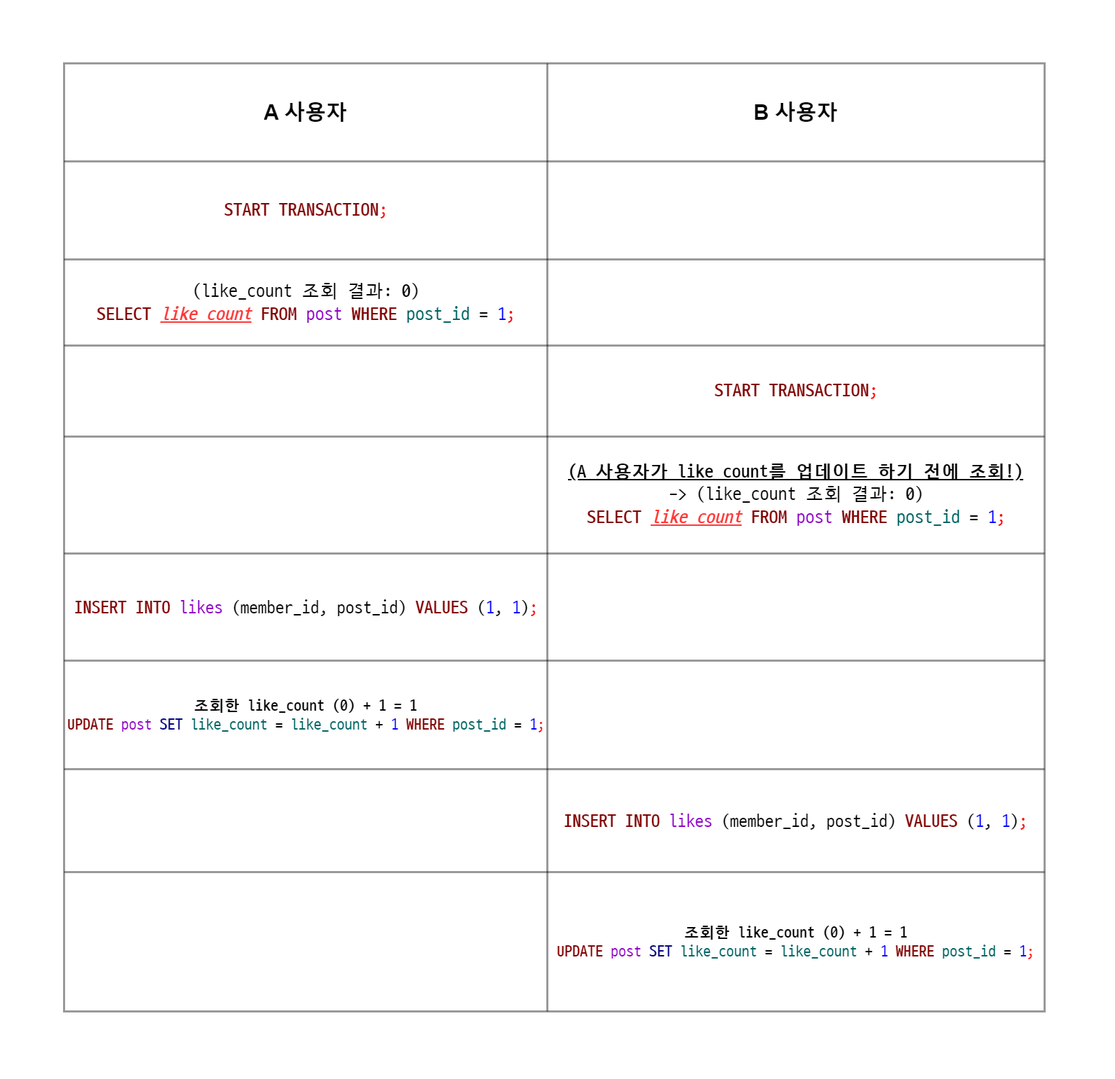
Before: transaction.png, a diagram exported from draw.io (peeerr/document). Source tidied: cells renumbered, new cells last; positions are measured from the earlier drawing's top-left corner, leaving out a move shared by most shapes.
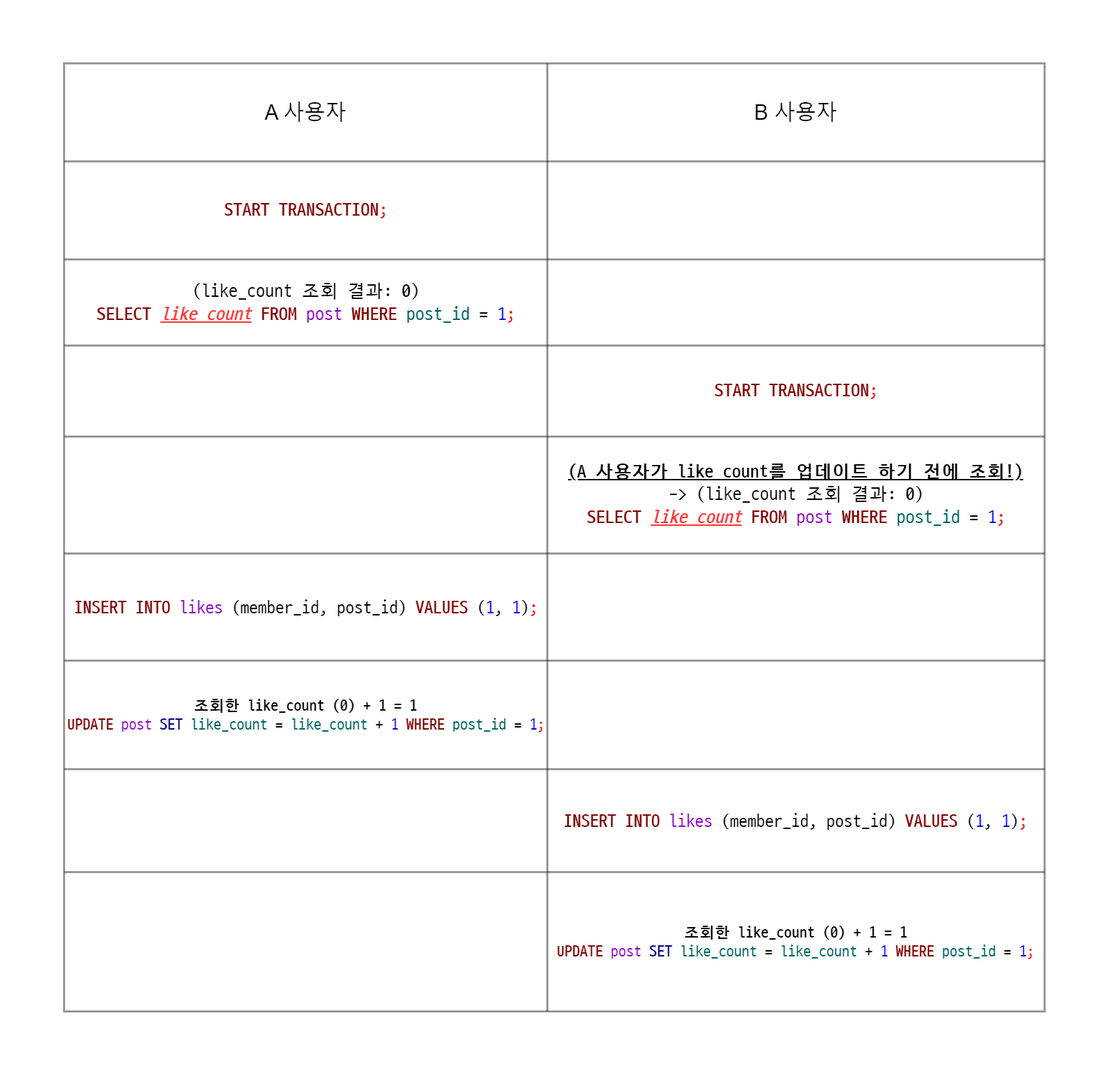
The same diagram one commit later.

What changed in the source:
```diff
@@ -8,10 +8,10 @@
     <mxCell id="3" style="shape=tableRow;horizontal=0;startSize=0;swimlaneHead=0;swimlaneBody=0;strokeColor=inherit;top=0;left=0;bottom=0;right=0;fillColor=none;" parent="2" vertex="1">
       <mxGeometry width="1400" height="140" as="geometry" />
     </mxCell>
-    <mxCell id="4" value="&lt;h1&gt;&lt;font face=&quot;Helvetica&quot; size=&quot;1&quot; style=&quot;&quot;&gt;&lt;b style=&quot;font-size: 30px;&quot;&gt;A 사용자&lt;/b&gt;&lt;/font&gt;&lt;/h1&gt;" style="shape=partialRectangle;html=1;whiteSpace=wrap;strokeColor=default;overflow=hidden;fillColor=none;top=0;left=0;bottom=0;right=0;gradientColor=none;strokeWidth=2;" parent="3" vertex="1">
+    <mxCell id="4" value="&lt;h1&gt;&lt;font face=&quot;Helvetica&quot; size=&quot;1&quot; style=&quot;&quot;&gt;&lt;span style=&quot;font-size: 30px; font-weight: normal;&quot;&gt;A 사용자&lt;/span&gt;&lt;/font&gt;&lt;/h1&gt;" style="shape=partialRectangle;html=1;whiteSpace=wrap;strokeColor=default;overflow=hidden;fillColor=none;top=0;left=0;bottom=0;right=0;gradientColor=none;strokeWidth=2;" parent="3" vertex="1">
       <mxGeometry width="690" height="140" as="geometry" />
     </mxCell>
-    <mxCell id="5" value="&lt;font face=&quot;Helvetica&quot; size=&quot;1&quot; style=&quot;&quot;&gt;&lt;b style=&quot;font-size: 30px;&quot;&gt;B 사용자&lt;/b&gt;&lt;/font&gt;" style="shape=partialRectangle;html=1;whiteSpace=wrap;strokeColor=default;overflow=hidden;fillColor=none;top=0;left=0;bottom=0;right=0;gradientColor=none;strokeWidth=2;" parent="3" vertex="1">
+    <mxCell id="5" value="&lt;font face=&quot;Helvetica&quot; size=&quot;1&quot; style=&quot;&quot;&gt;&lt;span style=&quot;font-size: 30px;&quot;&gt;B 사용자&lt;/span&gt;&lt;/font&gt;" style="shape=partialRectangle;html=1;whiteSpace=wrap;strokeColor=default;overflow=hidden;fillColor=none;top=0;left=0;bottom=0;right=0;gradientColor=none;strokeWidth=2;" parent="3" vertex="1">
       <mxGeometry x="690" width="710" height="140" as="geometry" />
     </mxCell>
     <mxCell id="6" style="shape=tableRow;horizontal=0;startSize=0;swimlaneHead=0;swimlaneBody=0;strokeColor=inherit;top=0;left=0;bottom=0;right=0;fillColor=none;" parent="2" vertex="1">
```
